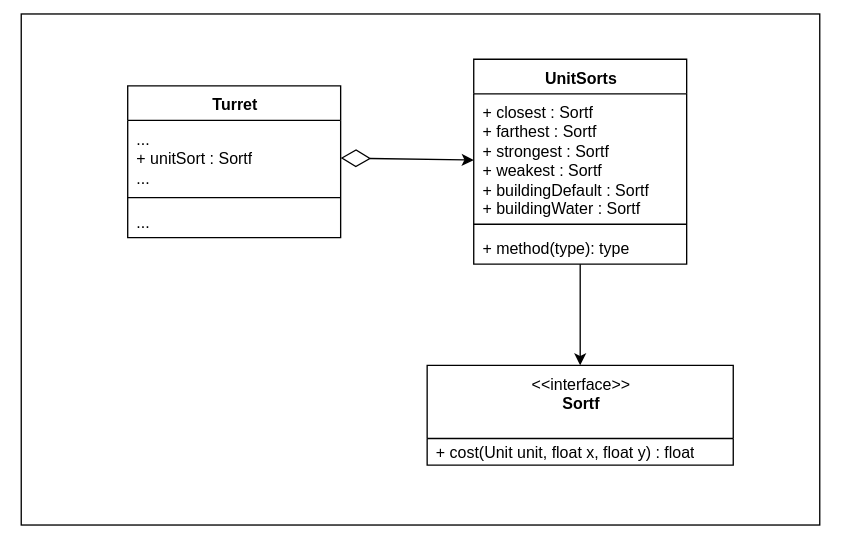
This is SE202526/Milestone2/DesignPatterns/GabrielFalcao/Assets/StrategyPattern.svg from gabits17/Mindustry-Add-ons-SE-Project, a draw.io export, as it was before one commit. Source tidied: cells renumbered, new cells last; positions are measured from the earlier drawing's top-left corner, leaving out a move shared by most shapes. The source it was exported from:
```xml
<mxGraphModel>
  <root>
    <mxCell id="0" />
    <mxCell id="1" parent="0" />
    <mxCell id="2" style="rounded=0;whiteSpace=wrap;html=1;" parent="1" vertex="1">
      <mxGeometry width="600" height="384" as="geometry" />
    </mxCell>
    <mxCell id="3" value="Turret" style="swimlane;fontStyle=1;align=center;verticalAlign=top;horizontal=1;startSize=26;whiteSpace=wrap;html=1;" parent="1" vertex="1">
      <mxGeometry x="80" y="54" width="160" height="114" as="geometry" />
    </mxCell>
    <mxCell id="4" value="...&lt;br&gt;+ unitSort : Sortf&lt;br&gt;..." style="text;strokeColor=none;fillColor=none;align=left;verticalAlign=top;spacingLeft=4;spacingRight=4;overflow=hidden;points=[[0,0.5],[1,0.5]];portConstraint=eastwest;whiteSpace=wrap;html=1;" parent="3" vertex="1">
      <mxGeometry y="26" width="160" height="54" as="geometry" />
    </mxCell>
    <mxCell id="5" style="line;strokeWidth=1;fillColor=none;align=left;verticalAlign=middle;spacingTop=-1;spacingLeft=3;spacingRight=3;labelPosition=right;strokeColor=inherit;" parent="3" vertex="1">
      <mxGeometry y="80" width="160" height="8" as="geometry" />
    </mxCell>
    <mxCell id="6" value="..." style="text;strokeColor=none;fillColor=none;align=left;verticalAlign=top;spacingLeft=4;spacingRight=4;overflow=hidden;points=[[0,0.5],[1,0.5]];portConstraint=eastwest;whiteSpace=wrap;html=1;" parent="3" vertex="1">
      <mxGeometry y="88" width="160" height="26" as="geometry" />
    </mxCell>
    <mxCell id="7" style="edgeStyle=none;html=1;entryX=0.5;entryY=0;entryDx=0;entryDy=0;" parent="1" edge="1" source="8" target="13">
      <mxGeometry relative="1" as="geometry" />
    </mxCell>
    <mxCell id="8" value="UnitSorts" style="swimlane;fontStyle=1;align=center;verticalAlign=top;horizontal=1;startSize=26;whiteSpace=wrap;html=1;" parent="1" vertex="1">
      <mxGeometry x="340" y="34" width="160" height="154" as="geometry" />
    </mxCell>
    <mxCell id="9" value="+ closest : Sortf&lt;br&gt;+ farthest : Sortf&lt;br&gt;+ strongest : Sortf&lt;br&gt;+ weakest : Sortf&lt;br&gt;+ buildingDefault : Sortf&lt;br&gt;+ buildingWater : Sortf" style="text;strokeColor=none;fillColor=none;align=left;verticalAlign=top;spacingLeft=4;spacingRight=4;overflow=hidden;whiteSpace=wrap;html=1;" parent="8" vertex="1">
      <mxGeometry y="26" width="160" height="94" as="geometry" />
    </mxCell>
    <mxCell id="10" style="line;strokeWidth=1;fillColor=none;align=left;verticalAlign=middle;spacingTop=-1;spacingLeft=3;spacingRight=3;labelPosition=right;strokeColor=inherit;" parent="8" vertex="1">
      <mxGeometry y="120" width="160" height="8" as="geometry" />
    </mxCell>
    <mxCell id="11" value="+ method(type): type" style="text;strokeColor=none;fillColor=none;align=left;verticalAlign=top;spacingLeft=4;spacingRight=4;overflow=hidden;whiteSpace=wrap;html=1;" parent="8" vertex="1">
      <mxGeometry y="128" width="160" height="26" as="geometry" />
    </mxCell>
    <mxCell id="12" style="edgeStyle=none;html=1;startArrow=diamondThin;startFill=0;sourcePerimeterSpacing=0;startSize=20;" parent="1" edge="1" source="4" target="8">
      <mxGeometry relative="1" as="geometry" />
    </mxCell>
    <mxCell id="13" value="&amp;lt;&amp;lt;interface&amp;gt;&amp;gt;&lt;br&gt;&lt;b&gt;Sortf&lt;/b&gt;" style="swimlane;fontStyle=0;align=center;verticalAlign=top;horizontal=1;startSize=55;html=1;whiteSpace=wrap;" parent="1" vertex="1">
      <mxGeometry x="305" y="264" width="230" height="75" as="geometry" />
    </mxCell>
    <mxCell id="14" value="+ cost(Unit unit, float x, float y) : float" style="text;html=1;strokeColor=none;fillColor=none;align=left;verticalAlign=middle;spacingLeft=4;spacingRight=4;overflow=hidden;whiteSpace=wrap;" parent="13" vertex="1">
      <mxGeometry y="55" width="230" height="20" as="geometry" />
    </mxCell>
  </root>
</mxGraphModel>
```
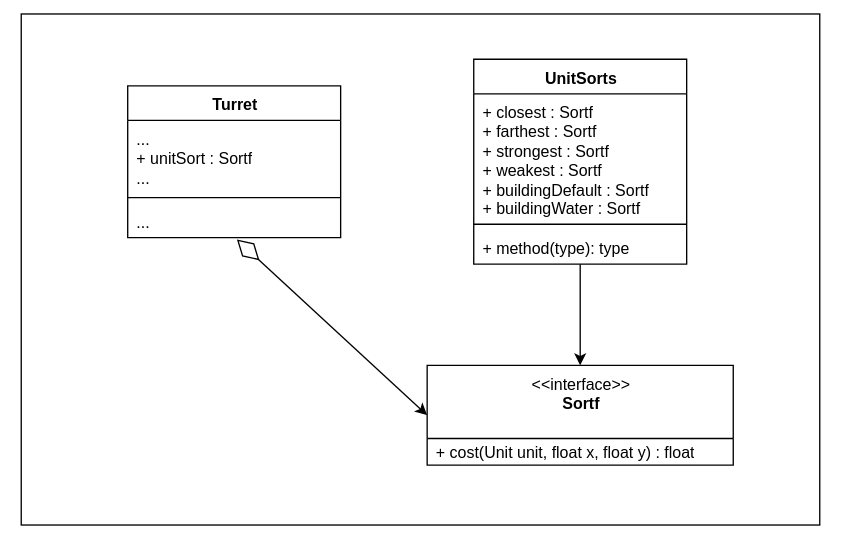
Later version of the same file.

Commit message:
Updated report for design patterns and fixed the strategy pattern according to the review given by Diogo (67763)

What changed in the source:
```diff
@@ -32,7 +32,7 @@
     <mxCell id="11" value="+ method(type): type" style="text;strokeColor=none;fillColor=none;align=left;verticalAlign=top;spacingLeft=4;spacingRight=4;overflow=hidden;whiteSpace=wrap;html=1;" parent="8" vertex="1">
       <mxGeometry y="128" width="160" height="26" as="geometry" />
     </mxCell>
-    <mxCell id="12" style="edgeStyle=none;html=1;startArrow=diamondThin;startFill=0;sourcePerimeterSpacing=0;startSize=20;" parent="1" edge="1" source="4" target="8">
+    <mxCell id="12" style="edgeStyle=none;html=1;startArrow=diamondThin;startFill=0;sourcePerimeterSpacing=0;startSize=20;exitX=0.513;exitY=1.058;exitDx=0;exitDy=0;exitPerimeter=0;entryX=0;entryY=0.5;entryDx=0;entryDy=0;" parent="1" edge="1" source="6" target="13">
       <mxGeometry relative="1" as="geometry" />
     </mxCell>
     <mxCell id="13" value="&amp;lt;&amp;lt;interface&amp;gt;&amp;gt;&lt;br&gt;&lt;b&gt;Sortf&lt;/b&gt;" style="swimlane;fontStyle=0;align=center;verticalAlign=top;horizontal=1;startSize=55;html=1;whiteSpace=wrap;" parent="1" vertex="1">
```
